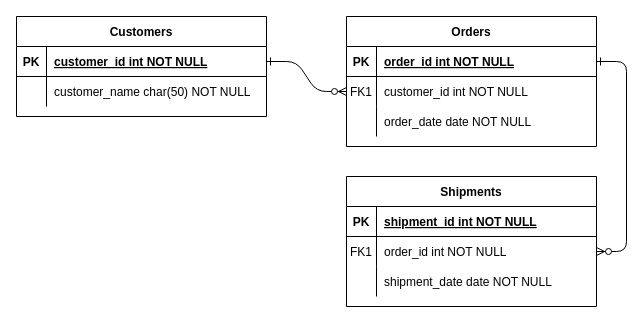
The draw.io diagram Untitled Diagram.drawio in MMMAAANNN/ukrainian-hospital-management-system, before the edit. Source tidied: cells renumbered, new cells numbered last; positions are measured from the earlier drawing's top-left corner, leaving out a move shared by most shapes. Both pictures are drawn from the tidied source at 100%, with x=0, y=0 at pixel (16, 16).
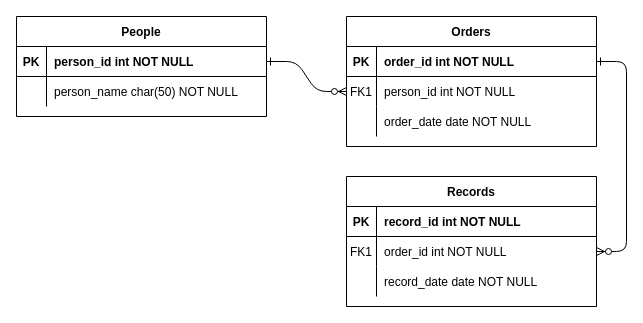
After the change.

The change refers to these unchanged cells:
```xml
<mxCell id="5" style="shape=partialRectangle;fillColor=none;points=[[0,0.5],[1,0.5]];portConstraint=eastwest;top=0;left=0;right=0;bottom=1;" parent="4" vertex="1">
  <mxGeometry y="30" width="250" height="30" as="geometry" />
</mxCell>
<mxCell id="8" style="shape=partialRectangle;fillColor=none;points=[[0,0.5],[1,0.5]];portConstraint=eastwest;top=0;left=0;right=0;bottom=0;" parent="4" vertex="1">
  <mxGeometry y="60" width="250" height="30" as="geometry" />
</mxCell>
<mxCell id="15" style="shape=partialRectangle;fillColor=none;top=0;left=0;right=0;bottom=1;" parent="14" vertex="1">
  <mxGeometry y="30" width="250" height="30" as="geometry" />
</mxCell>
<mxCell id="21" style="shape=partialRectangle;fillColor=none;top=0;left=0;right=0;bottom=0;" parent="14" vertex="1">
  <mxGeometry y="90" width="250" height="30" as="geometry" />
</mxCell>
<mxCell id="25" style="shape=partialRectangle;fillColor=none;points=[[0,0.5],[1,0.5]];portConstraint=eastwest;top=0;left=0;right=0;bottom=1;" parent="24" vertex="1">
  <mxGeometry y="30" width="250" height="30" as="geometry" />
</mxCell>
<mxCell id="28" style="shape=partialRectangle;fillColor=none;top=0;left=0;right=0;bottom=0;" parent="24" vertex="1">
  <mxGeometry y="60" width="250" height="30" as="geometry" />
</mxCell>
```

The edit, as a diff of the source:
```diff
@@
-    <mxCell id="7" value="order_id int NOT NULL " style="shape=partialRectangle;overflow=hidden;fillColor=none;top=0;left=0;bottom=0;right=0;align=left;spacingLeft=6;fontStyle=5;" parent="5" vertex="1">
+    <mxCell id="7" value="order_id int NOT NULL " style="shape=partialRectangle;overflow=hidden;fillColor=none;top=0;left=0;bottom=0;right=0;align=left;spacingLeft=6;fontStyle=1;" parent="5" vertex="1">
       <mxGeometry x="30" width="220" height="30" as="geometry" />
     </mxCell>
@@
-    <mxCell id="10" value="customer_id int NOT NULL" style="shape=partialRectangle;overflow=hidden;fillColor=none;top=0;left=0;bottom=0;right=0;align=left;spacingLeft=6;" parent="8" vertex="1">
+    <mxCell id="10" value="person_id int NOT NULL" style="shape=partialRectangle;overflow=hidden;fillColor=none;top=0;left=0;bottom=0;right=0;align=left;spacingLeft=6;" parent="8" vertex="1">
       <mxGeometry x="30" width="220" height="30" as="geometry" />
     </mxCell>
@@
-    <mxCell id="14" value="Shipments" style="shape=table;startSize=30;childLayout=tableLayout;rowLines=0;fontStyle=1;align=center;" parent="1" vertex="1">
+    <mxCell id="14" value="Records" style="shape=table;startSize=30;childLayout=tableLayout;rowLines=0;fontStyle=1;align=center;" parent="1" vertex="1">
       <mxGeometry x="330" y="160" width="250" height="130" as="geometry" />
     </mxCell>
@@
-    <mxCell id="17" value="shipment_id int NOT NULL " style="shape=partialRectangle;overflow=hidden;fillColor=none;top=0;left=0;bottom=0;right=0;align=left;spacingLeft=6;fontStyle=5;" parent="15" vertex="1">
+    <mxCell id="17" value="record_id int NOT NULL " style="shape=partialRectangle;overflow=hidden;fillColor=none;top=0;left=0;bottom=0;right=0;align=left;spacingLeft=6;fontStyle=1;" parent="15" vertex="1">
       <mxGeometry x="30" width="220" height="30" as="geometry" />
     </mxCell>
@@
-    <mxCell id="23" value="shipment_date date NOT NULL" style="shape=partialRectangle;overflow=hidden;fillColor=none;top=0;left=0;bottom=0;right=0;align=left;spacingLeft=6;" parent="21" vertex="1">
+    <mxCell id="23" value="record_date date NOT NULL" style="shape=partialRectangle;overflow=hidden;fillColor=none;top=0;left=0;bottom=0;right=0;align=left;spacingLeft=6;" parent="21" vertex="1">
       <mxGeometry x="30" width="220" height="30" as="geometry" />
     </mxCell>
-    <mxCell id="24" value="Customers" style="shape=table;startSize=30;childLayout=tableLayout;rowLines=0;fontStyle=1;align=center;" parent="1" vertex="1">
+    <mxCell id="24" value="People" style="shape=table;startSize=30;childLayout=tableLayout;rowLines=0;fontStyle=1;align=center;" parent="1" vertex="1">
       <mxGeometry width="250" height="100" as="geometry" />
     </mxCell>
@@
-    <mxCell id="27" value="customer_id int NOT NULL " style="shape=partialRectangle;overflow=hidden;fillColor=none;top=0;left=0;bottom=0;right=0;align=left;spacingLeft=6;fontStyle=5;" parent="25" vertex="1">
+    <mxCell id="27" value="person_id int NOT NULL " style="shape=partialRectangle;overflow=hidden;fillColor=none;top=0;left=0;bottom=0;right=0;align=left;spacingLeft=6;fontStyle=1;" parent="25" vertex="1">
       <mxGeometry x="30" width="220" height="30" as="geometry" />
     </mxCell>
@@
-    <mxCell id="30" value="customer_name char(50) NOT NULL" style="shape=partialRectangle;overflow=hidden;fillColor=none;top=0;left=0;bottom=0;right=0;align=left;spacingLeft=6;" parent="28" vertex="1">
+    <mxCell id="30" value="person_name char(50) NOT NULL" style="shape=partialRectangle;overflow=hidden;fillColor=none;top=0;left=0;bottom=0;right=0;align=left;spacingLeft=6;" parent="28" vertex="1">
       <mxGeometry x="30" width="220" height="30" as="geometry" />
     </mxCell>
```
